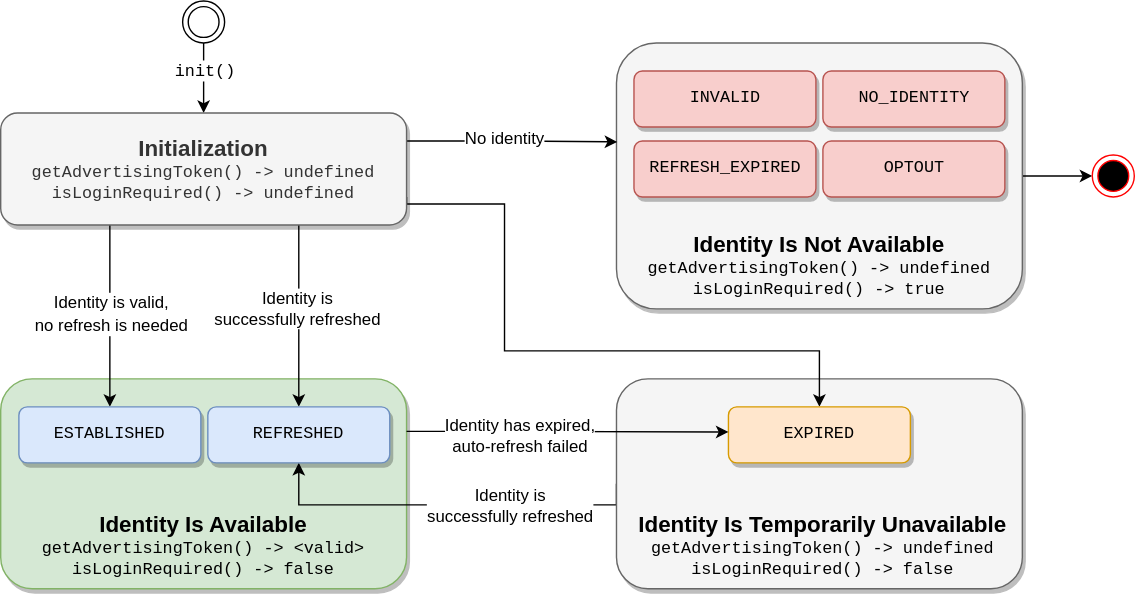
Before: api/v1/sdks/uid2-js-sdk-workflow.svg, a diagram exported from draw.io (IABTechLab/uid2docs). Source tidied: cells renumbered, new cells last; positions are measured from the earlier drawing's top-left corner, leaving out a move shared by most shapes.
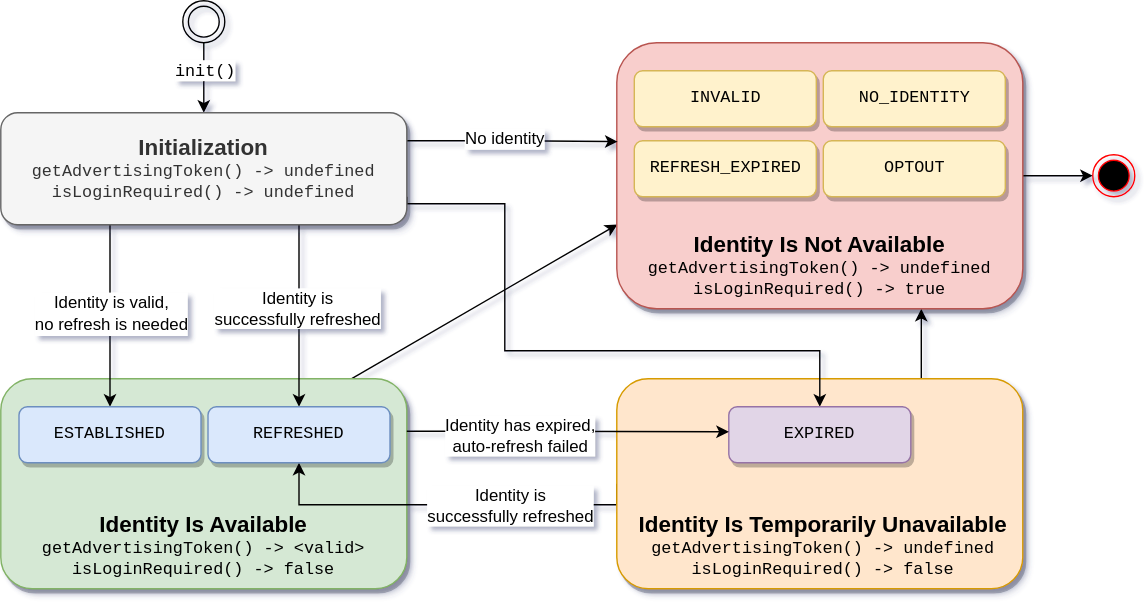
Above is the later version.

What changed in the source:
```diff
@@ -2,6 +2,9 @@
   <root>
     <mxCell id="0" />
     <mxCell id="1" parent="0" />
+    <mxCell id="32" style="rounded=0;jettySize=auto;html=1;exitX=0.857;exitY=0.008;exitDx=0;exitDy=0;exitPerimeter=0;entryX=0.002;entryY=0.683;entryDx=0;entryDy=0;entryPerimeter=0;" parent="1" edge="1" source="2" target="7">
+      <mxGeometry relative="1" as="geometry" />
+    </mxCell>
     <mxCell id="2" style="rounded=1;whiteSpace=wrap;html=1;fontFamily=Courier New;fontSize=16;fillColor=#d5e8d4;strokeColor=#82b366;gradientDirection=north;shadow=1;" parent="1" vertex="1">
       <mxGeometry y="270" width="290" height="150" as="geometry" />
     </mxCell>
@@ -18,13 +21,16 @@
         <mxPoint x="17" as="offset" />
       </mxGeometry>
     </mxCell>
+    <mxCell id="33" style="edgeStyle=none;rounded=0;jettySize=auto;html=1;exitX=0.75;exitY=0;exitDx=0;exitDy=0;entryX=0.75;entryY=1;entryDx=0;entryDy=0;" parent="1" edge="1" source="5" target="7">
+      <mxGeometry relative="1" as="geometry" />
+    </mxCell>
-    <mxCell id="5" style="rounded=1;whiteSpace=wrap;html=1;fontFamily=Courier New;fontSize=16;fillColor=#f5f5f5;strokeColor=#666666;gradientDirection=north;shadow=1;fontColor=#333333;" parent="1" vertex="1">
+    <mxCell id="5" style="rounded=1;whiteSpace=wrap;html=1;fontFamily=Courier New;fontSize=16;fillColor=#ffe6cc;strokeColor=#d79b00;gradientDirection=north;shadow=1;" parent="1" vertex="1">
       <mxGeometry x="440" y="270" width="290" height="150" as="geometry" />
     </mxCell>
     <mxCell id="6" style="edgeStyle=orthogonalEdgeStyle;rounded=0;jettySize=auto;html=1;exitX=1;exitY=0.5;exitDx=0;exitDy=0;entryX=0;entryY=0.5;entryDx=0;entryDy=0;fontFamily=Helvetica;fontSize=12;fontColor=default;" parent="1" edge="1" source="7" target="28">
       <mxGeometry relative="1" as="geometry" />
     </mxCell>
-    <mxCell id="7" style="rounded=1;whiteSpace=wrap;html=1;fontFamily=Courier New;fontSize=16;fillColor=#f5f5f5;strokeColor=#666666;gradientDirection=north;shadow=1;fontColor=#333333;" parent="1" vertex="1">
+    <mxCell id="7" style="rounded=1;whiteSpace=wrap;html=1;fontFamily=Courier New;fontSize=16;fillColor=#f8cecc;strokeColor=#b85450;gradientDirection=north;shadow=1;" parent="1" vertex="1">
       <mxGeometry x="440" y="30" width="290" height="190" as="geometry" />
     </mxCell>
     <mxCell id="8" style="edgeStyle=orthogonalEdgeStyle;rounded=0;jettySize=auto;html=1;exitX=0.5;exitY=1;exitDx=0;exitDy=0;entryX=0.5;entryY=0;entryDx=0;entryDy=0;fontFamily=Helvetica;fontSize=12;fontColor=default;" parent="1" edge="1" source="29" target="17">
@@ -76,19 +82,19 @@
     <mxCell id="20" value="ESTABLISHED" style="rounded=1;whiteSpace=wrap;html=1;fontFamily=Courier New;fontSize=12;fillColor=#dae8fc;strokeColor=#6c8ebf;shadow=1;" parent="1" vertex="1">
       <mxGeometry x="13" y="290" width="130" height="40" as="geometry" />
     </mxCell>
-    <mxCell id="21" value="NO_IDENTITY" style="rounded=1;whiteSpace=wrap;html=1;fontFamily=Courier New;fontSize=12;fillColor=#f8cecc;strokeColor=#b85450;shadow=1;" parent="1" vertex="1">
+    <mxCell id="21" value="NO_IDENTITY" style="rounded=1;whiteSpace=wrap;html=1;fontFamily=Courier New;fontSize=12;fillColor=#fff2cc;strokeColor=#d6b656;shadow=1;" parent="1" vertex="1">
       <mxGeometry x="587.5" y="50" width="130" height="40" as="geometry" />
     </mxCell>
-    <mxCell id="22" value="REFRESH_EXPIRED" style="rounded=1;whiteSpace=wrap;html=1;fontFamily=Courier New;fontSize=12;fillColor=#f8cecc;strokeColor=#b85450;shadow=1;" parent="1" vertex="1">
+    <mxCell id="22" value="REFRESH_EXPIRED" style="rounded=1;whiteSpace=wrap;html=1;fontFamily=Courier New;fontSize=12;fillColor=#fff2cc;strokeColor=#d6b656;shadow=1;" parent="1" vertex="1">
       <mxGeometry x="452.5" y="100" width="130" height="40" as="geometry" />
     </mxCell>
-    <mxCell id="23" value="OPTOUT" style="rounded=1;whiteSpace=wrap;html=1;fontFamily=Courier New;fontSize=12;fillColor=#f8cecc;strokeColor=#b85450;shadow=1;" parent="1" vertex="1">
+    <mxCell id="23" value="OPTOUT" style="rounded=1;whiteSpace=wrap;html=1;fontFamily=Courier New;fontSize=12;fillColor=#fff2cc;strokeColor=#d6b656;shadow=1;" parent="1" vertex="1">
       <mxGeometry x="587.5" y="100" width="130" height="40" as="geometry" />
     </mxCell>
-    <mxCell id="24" value="EXPIRED" style="rounded=1;whiteSpace=wrap;html=1;fontFamily=Courier New;fontSize=12;fillColor=#ffe6cc;strokeColor=#d79b00;shadow=1;" parent="1" vertex="1">
+    <mxCell id="24" value="EXPIRED" style="rounded=1;whiteSpace=wrap;html=1;fontFamily=Courier New;fontSize=12;fillColor=#e1d5e7;strokeColor=#9673a6;shadow=1;" parent="1" vertex="1">
       <mxGeometry x="520" y="290" width="130" height="40" as="geometry" />
     </mxCell>
-    <mxCell id="25" value="INVALID" style="rounded=1;whiteSpace=wrap;html=1;fontFamily=Courier New;fontSize=12;fillColor=#f8cecc;strokeColor=#b85450;shadow=1;" parent="1" vertex="1">
+    <mxCell id="25" value="INVALID" style="rounded=1;whiteSpace=wrap;html=1;fontFamily=Courier New;fontSize=12;fillColor=#fff2cc;strokeColor=#d6b656;shadow=1;" parent="1" vertex="1">
       <mxGeometry x="452.5" y="50" width="130" height="40" as="geometry" />
     </mxCell>
     <mxCell id="26" value="&lt;font style=&quot;font-size: 16px&quot;&gt;&lt;b&gt;&lt;font style=&quot;font-size: 16px&quot;&gt;Identity Is Not Available&lt;/font&gt;&lt;/b&gt;&lt;br&gt;&lt;/font&gt;&lt;span style=&quot;&quot;&gt;&lt;font face=&quot;Courier New&quot;&gt;getAdvertisingToken() -&amp;gt; undefined&lt;br&gt;isLoginRequired() -&amp;gt; true&lt;/font&gt;&lt;br&gt;&lt;/span&gt;" style="rounded=1;whiteSpace=wrap;html=1;strokeColor=none;fillColor=none;fontColor=default;labelBackgroundColor=none;" parent="1" vertex="1">
```
